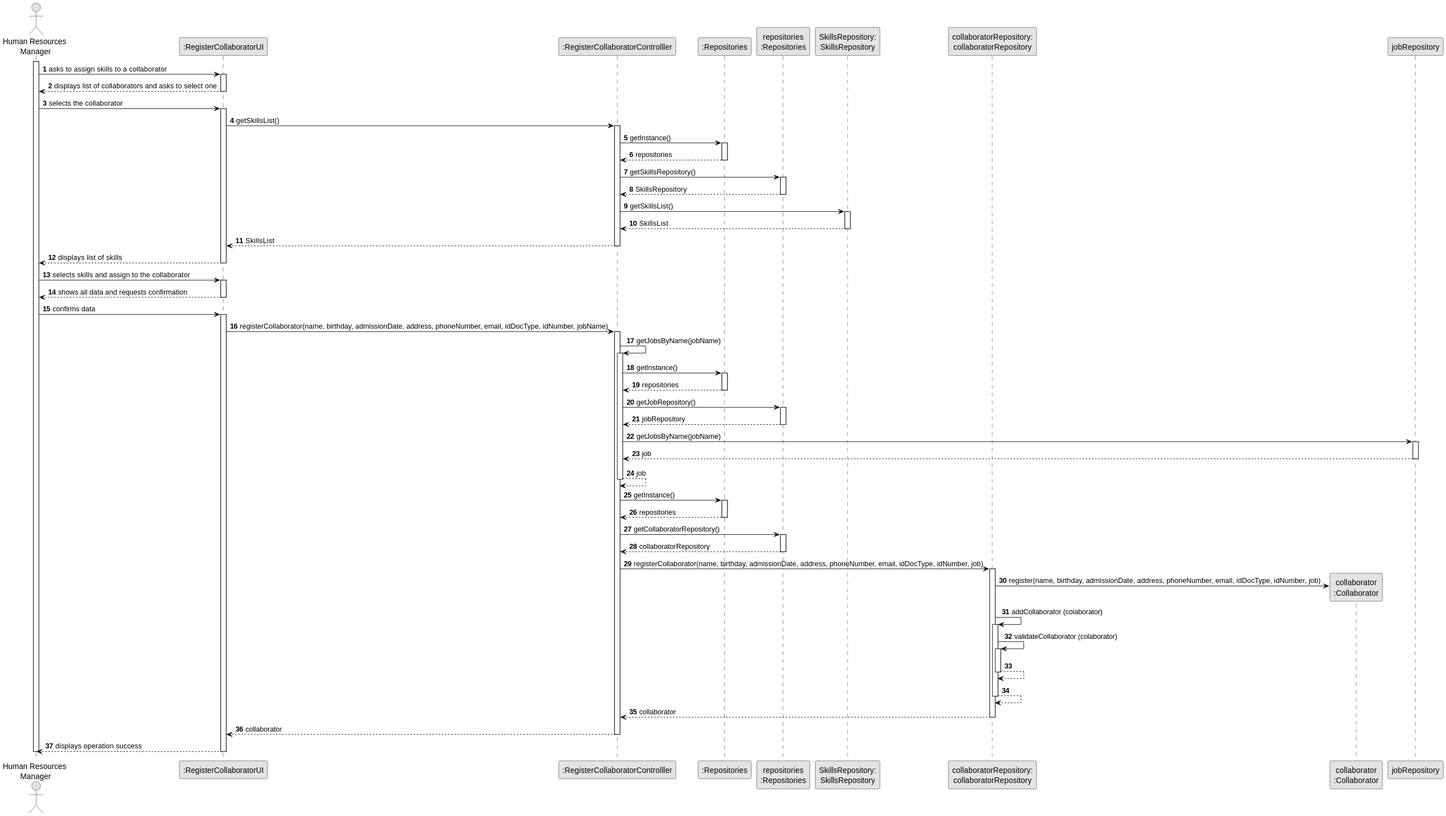
The PlantUML diagram docs/sprintA&B/us004/03.design/svg/us004-sequence-diagram-full.svg in daniel41silva05/ISEP_2023_2024_LAPR2, before a commit.
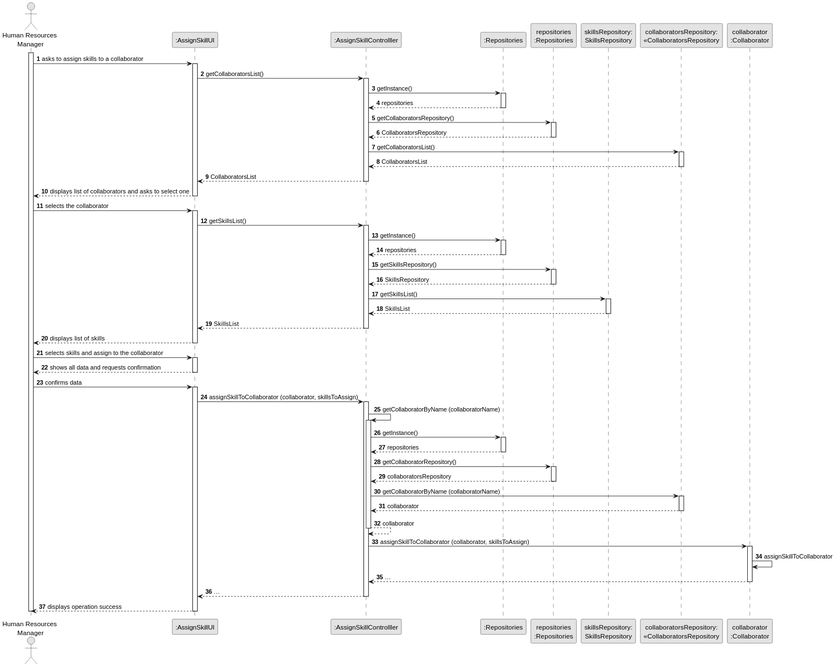
Later version of the same file.

Commit message:
US004 - sequence diagram full

What changed in the source:
```diff
@@ -5,26 +5,49 @@
 
 autonumber
 
-actor "Human Resources\n Manager" as ADM
-participant ":RegisterCollaboratorUI" as UI
-participant ":RegisterCollaboratorControlller" as CTRL
+actor "Human Resources\n Manager" as HRM
+participant ":AssignSkillUI" as UI
+participant ":AssignSkillControlller" as CTRL
 participant ":Repositories" as REP
 participant "repositories\n:Repositories" as REPS
-participant "SkillsRepository:\nSkillsRepository" as SkillsRepository
-participant "collaboratorRepository:\ncollaboratorRepository" as collaboratorRepository
+participant "skillsRepository:\nSkillsRepository" as SkillsRepository
+participant "collaboratorsRepository:\n«CollaboratorsRepository" as collaboratorsRepository
 participant "collaborator\n:Collaborator" as COLLABORATOR
 
-activate ADM
+activate HRM
 
-        ADM -> UI : asks to assign skills to a collaborator
+        HRM -> UI : asks to assign skills to a collaborator
 
         activate UI
 
+        UI -> CTRL : getCollaboratorsList()
+        activate CTRL
 
-            UI --> ADM : displays list of collaborators and asks to select one
+            CTRL -> REP : getInstance()
+            activate REP
+
+            REP --> CTRL: repositories
+            deactivate REP
+
+            CTRL -> REPS : getCollaboratorsRepository()
+            activate REPS
+
+            REPS --> CTRL: CollaboratorsRepository
+            deactivate REPS
+
+            CTRL -> collaboratorsRepository: getCollaboratorsList()
+            activate collaboratorsRepository
+
+            collaboratorsRepository --> CTRL : CollaboratorsList
+            deactivate collaboratorsRepository
+
+            CTRL --> UI : CollaboratorsList
+            deactivate CTRL
+
+            UI --> HRM : displays list of collaborators and asks to select one
         deactivate UI
 
-    ADM -> UI : selects the collaborator
+    HRM -> UI : selects the collaborator
     activate UI
 
     UI -> CTRL : getSkillsList()
@@ -51,45 +74,24 @@
             CTRL --> UI : SkillsList
             deactivate CTRL
 
-        UI --> ADM : displays list of skills
+        UI --> HRM : displays list of skills
     deactivate UI
 
-    ADM -> UI : selects skills and assign to the collaborator
+    HRM -> UI : selects skills and assign to the collaborator
     activate UI
 
-        UI --> ADM : shows all data and requests confirmation
+        UI --> HRM : shows all data and requests confirmation
     deactivate UI
 
-    ADM -> UI : confirms data
+    HRM -> UI : confirms data
     activate UI
 
-        UI -> CTRL: registerCollaborator(name, birthday, admissionDate, address, phoneNumber, email, idDocType, idNumber, jobName)
+        UI -> CTRL: assignSkillToCollaborator (collaborator, skillsToAssign)
 
                 activate CTRL
 
-                    CTRL -> CTRL: getJobsByName(jobName)
+                    CTRL -> CTRL: getCollaboratorByName (collaboratorName)
                     activate CTRL
-
-                    CTRL -> REP: getInstance()
-                    activate REP
-
-                    REP --> CTRL: repositories
-                    deactivate REP
-
-                    CTRL -> REPS: getJobRepository()
-                    activate REPS
-
-                    REPS --> CTRL: jobRepository
-                    deactivate REPS
-
-                    CTRL -> jobRepository: getJobsByName(jobName)
-                    activate jobRepository
-
-                    jobRepository --> CTRL: job
-                    deactivate jobRepository
-
-                    CTRL --> CTRL: job
-                    deactivate CTRL
 
                     CTRL -> REP: getInstance()
                     activate REP
@@ -100,33 +102,31 @@
                     CTRL -> REPS: getCollaboratorRepository()
                     activate REPS
 
-                    REPS --> CTRL: collaboratorRepository
+                    REPS --> CTRL: collaboratorsRepository
                     deactivate REPS
 
-                    CTRL -> collaboratorRepository: registerCollaborator(name, birthday, admissionDate, address, phoneNumber, email, idDocType, idNumber, job)
-                    activate collaboratorRepository
+                    CTRL -> collaboratorsRepository: getCollaboratorByName (collaboratorName)
+                    activate collaboratorsRepository
 
-                        collaboratorRepository -> COLLABORATOR** : register(name, birthday, admissionDate, address, phoneNumber, email, idDocType, idNumber, job)
+                    collaboratorsRepository --> CTRL: collaborator
+                    deactivate collaboratorsRepository
 
-                        collaboratorRepository -> collaboratorRepository: addCollaborator (colaborator)
-                        activate collaboratorRepository
+                    CTRL --> CTRL: collaborator
+                    deactivate CTRL
 
-                        collaboratorRepository -> collaboratorRepository: validateCollaborator (colaborator)
-                        activate collaboratorRepository
+                    CTRL -> COLLABORATOR: assignSkillToCollaborator (collaborator, skillsToAssign)
+                    activate COLLABORATOR
 
-                        collaboratorRepository --> collaboratorRepository
-                        deactivate collaboratorRepository
+                    COLLABORATOR -> COLLABORATOR : assignSkillToCollaborator
 
-                        collaboratorRepository --> collaboratorRepository
-                        deactivate collaboratorRepository
+                    COLLABORATOR --> CTRL : ...
+                    deactivate COLLABORATOR
 
-                    collaboratorRepository --> CTRL: collaborator
-                    deactivate collaboratorRepository
 
-                CTRL --> UI: collaborator
+                CTRL --> UI: ...
                 deactivate CTRL
-            UI --> ADM: displays operation success
+            UI --> HRM: displays operation success
     deactivate UI
 
-deactivate ADM
+deactivate HRM
 @enduml
```
